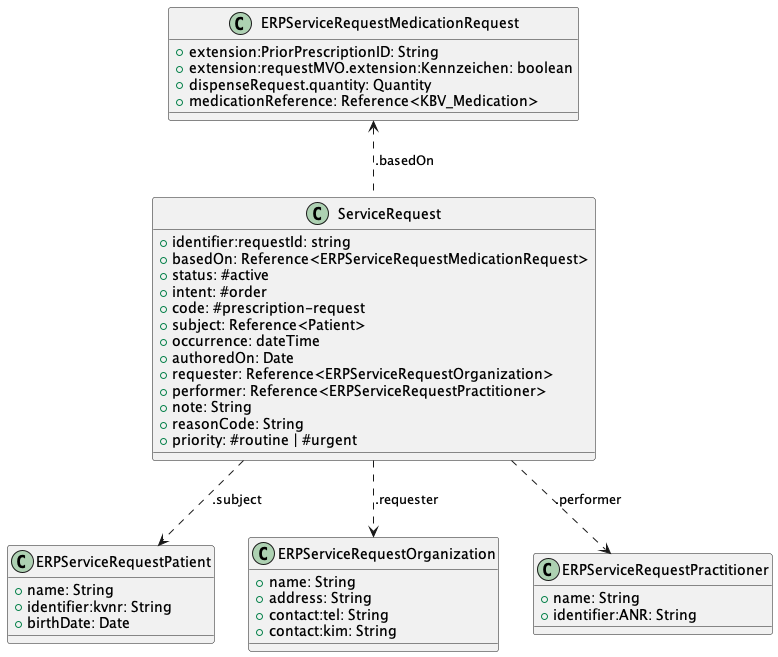
This is guides/ig-rezeptanforderung/images/puml_images/PrescriptionRequest_Class.png from gematik/spec-E-Rezept-ServiceRequest, a PlantUML export, as it was before one commit.
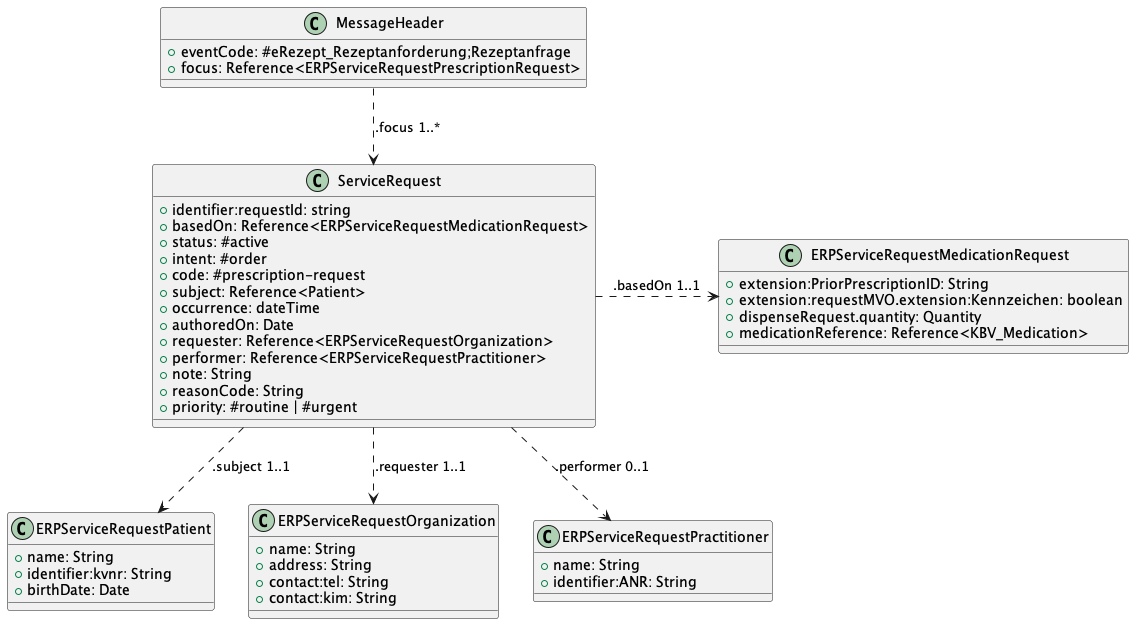
After the change.

The edit, as a diff of the source:
```diff
@@ -1,5 +1,11 @@
 @startuml "PrescriptionRequest_Class"
 !define RECTANGLE class
+
+RECTANGLE "MessageHeader" as MH {
+    +eventCode: #eRezept_Rezeptanforderung;Rezeptanfrage
+    +focus: Reference<ERPServiceRequestPrescriptionRequest>
+}
+
 
 RECTANGLE "ServiceRequest" as SR {
     +identifier:requestId: string
@@ -42,8 +48,9 @@
     +identifier:ANR: String
 }
 
-SR .down.> P : .subject
-SR .up.> MR : .basedOn
-SR .down.> O : .requester
-SR .down.> PR : .performer
+MH .down.> SR : .focus 1..*
+SR .down.> P : .subject 1..1
+SR .right.> MR : .basedOn 1..1
+SR .down.> O : .requester 1..1
+SR .down.> PR : .performer 0..1
 @enduml
```
